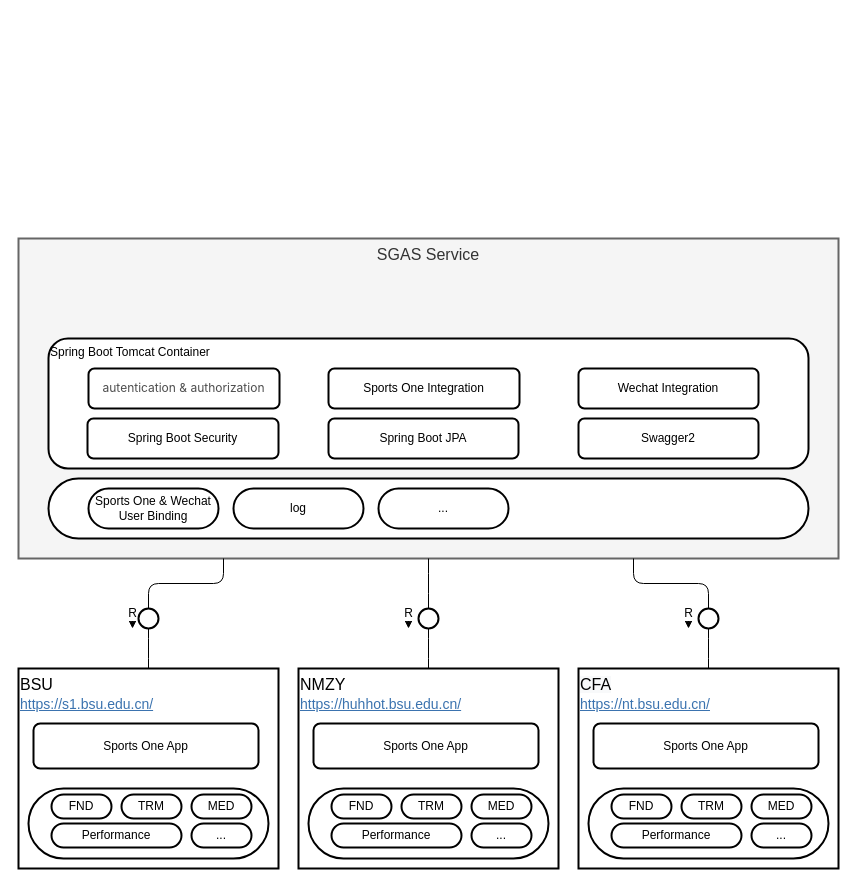
Earlier version of the draw.io diagram SportsOne/Wechat Integration.drawio (wosary1984/draw.io). Source tidied: cells renumbered, new cells numbered last; positions are measured from the earlier drawing's top-left corner, leaving out a move shared by most shapes. Both pictures are drawn from the tidied source at 100%, with x=0, y=0 at pixel (18, 238).
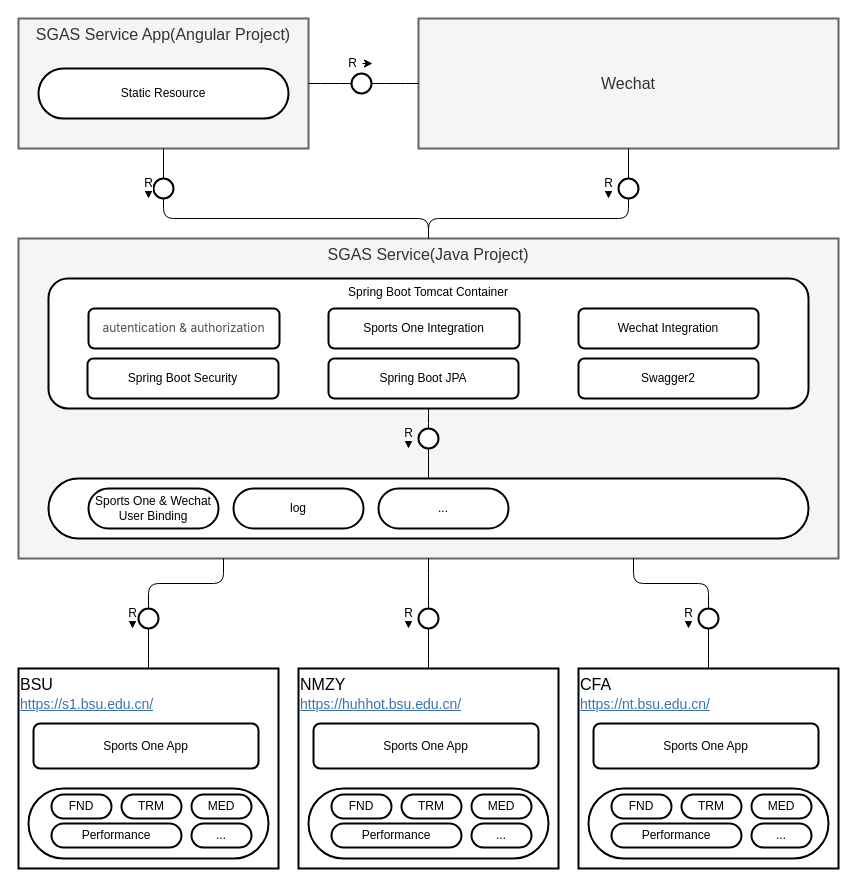
The same diagram, later.

The change refers to these unchanged cells:
```xml
<mxCell id="4" style="rounded=1;whiteSpace=wrap;html=1;strokeWidth=2;arcSize=50;fontSize=16;" parent="1" vertex="1">
  <mxGeometry x="30" y="240" width="760" height="60" as="geometry" />
</mxCell>
```

Change to the diagram source:
```diff
@@
-    <mxCell id="2" value="SGAS Service" style="rounded=1;whiteSpace=wrap;html=1;strokeWidth=2;fontSize=16;verticalAlign=top;arcSize=0;fillColor=#f5f5f5;strokeColor=#666666;fontColor=#333333;" parent="1" vertex="1">
+    <mxCell id="2" value="SGAS Service(Java Project)" style="rounded=1;whiteSpace=wrap;html=1;strokeWidth=2;fontSize=16;verticalAlign=top;arcSize=0;fillColor=#f5f5f5;strokeColor=#666666;fontColor=#333333;" parent="1" vertex="1">
       <mxGeometry width="820" height="320" as="geometry" />
     </mxCell>
-    <mxCell id="3" value="Spring Boot Tomcat Container" style="rounded=1;whiteSpace=wrap;html=1;strokeWidth=2;fontSize=12;verticalAlign=top;align=left;" parent="1" vertex="1">
-      <mxGeometry x="30" y="100" width="760" height="130" as="geometry" />
-    </mxCell>
@@
+    <mxCell id="56" style="group;" parent="1" vertex="1">
+      <mxGeometry x="30" y="70" width="760" height="140" as="geometry" />
+    </mxCell>
+    <mxCell id="57" style="group;" parent="56" vertex="1">
+      <mxGeometry y="-30" width="760" height="130" as="geometry" />
+    </mxCell>
+    <mxCell id="3" value="Spring Boot Tomcat Container" style="rounded=1;whiteSpace=wrap;html=1;strokeWidth=2;fontSize=12;verticalAlign=top;align=center;" parent="57" vertex="1">
+      <mxGeometry width="760" height="130" as="geometry" />
+    </mxCell>
-    <mxCell id="50" value="Spring Boot Security" style="rounded=1;whiteSpace=wrap;html=1;strokeWidth=2;fontSize=12;align=center;" parent="1" vertex="1">
-      <mxGeometry x="69" y="180" width="191" height="40" as="geometry" />
+    <mxCell id="50" value="Spring Boot Security" style="rounded=1;whiteSpace=wrap;html=1;strokeWidth=2;fontSize=12;align=center;" parent="57" vertex="1">
+      <mxGeometry x="39" y="80" width="191" height="40" as="geometry" />
     </mxCell>
-    <mxCell id="51" value="Spring Boot JPA" style="rounded=1;whiteSpace=wrap;html=1;strokeWidth=2;fontSize=12;align=center;" parent="1" vertex="1">
-      <mxGeometry x="310" y="180" width="190" height="40" as="geometry" />
+    <mxCell id="51" value="Spring Boot JPA" style="rounded=1;whiteSpace=wrap;html=1;strokeWidth=2;fontSize=12;align=center;" parent="57" vertex="1">
+      <mxGeometry x="280" y="80" width="190" height="40" as="geometry" />
     </mxCell>
-    <mxCell id="52" value="Sports One Integration" style="rounded=1;whiteSpace=wrap;html=1;strokeWidth=2;fontSize=12;align=center;" parent="1" vertex="1">
-      <mxGeometry x="310" y="130" width="191" height="40" as="geometry" />
+    <mxCell id="52" value="Sports One Integration" style="rounded=1;whiteSpace=wrap;html=1;strokeWidth=2;fontSize=12;align=center;" parent="57" vertex="1">
+      <mxGeometry x="280" y="30" width="191" height="40" as="geometry" />
     </mxCell>
-    <mxCell id="53" value="Swagger2" style="rounded=1;whiteSpace=wrap;html=1;strokeWidth=2;fontSize=12;align=center;" parent="1" vertex="1">
-      <mxGeometry x="560" y="180" width="180" height="40" as="geometry" />
+    <mxCell id="53" value="Swagger2" style="rounded=1;whiteSpace=wrap;html=1;strokeWidth=2;fontSize=12;align=center;" parent="57" vertex="1">
+      <mxGeometry x="530" y="80" width="180" height="40" as="geometry" />
     </mxCell>
-    <mxCell id="54" value="Wechat Integration" style="rounded=1;whiteSpace=wrap;html=1;strokeWidth=2;fontSize=12;align=center;" parent="1" vertex="1">
-      <mxGeometry x="560" y="130" width="180" height="40" as="geometry" />
+    <mxCell id="54" value="Wechat Integration" style="rounded=1;whiteSpace=wrap;html=1;strokeWidth=2;fontSize=12;align=center;" parent="57" vertex="1">
+      <mxGeometry x="530" y="30" width="180" height="40" as="geometry" />
     </mxCell>
-    <mxCell id="55" value="&lt;font style=&quot;font-size: 12px&quot;&gt;&lt;span style=&quot;color: rgb(77 , 77 , 77) ; font-family: &amp;#34;microsoft yahei&amp;#34; , &amp;#34;sf pro display&amp;#34; , &amp;#34;roboto&amp;#34; , &amp;#34;noto&amp;#34; , &amp;#34;arial&amp;#34; , &amp;#34;pingfang sc&amp;#34; , sans-serif ; background-color: rgb(255 , 255 , 255)&quot;&gt;autentication &amp;amp;&amp;nbsp;&lt;/span&gt;&lt;span style=&quot;color: rgb(77 , 77 , 77) ; font-family: &amp;#34;microsoft yahei&amp;#34; , &amp;#34;sf pro display&amp;#34; , &amp;#34;roboto&amp;#34; , &amp;#34;noto&amp;#34; , &amp;#34;arial&amp;#34; , &amp;#34;pingfang sc&amp;#34; , sans-serif ; background-color: rgb(255 , 255 , 255)&quot;&gt;authorization&lt;/span&gt;&lt;/font&gt;" style="rounded=1;whiteSpace=wrap;html=1;strokeWidth=2;fontSize=12;align=center;" parent="1" vertex="1">
-      <mxGeometry x="70" y="130" width="191" height="40" as="geometry" />
+    <mxCell id="55" value="&lt;font style=&quot;font-size: 12px&quot;&gt;&lt;span style=&quot;color: rgb(77 , 77 , 77) ; font-family: &amp;#34;microsoft yahei&amp;#34; , &amp;#34;sf pro display&amp;#34; , &amp;#34;roboto&amp;#34; , &amp;#34;noto&amp;#34; , &amp;#34;arial&amp;#34; , &amp;#34;pingfang sc&amp;#34; , sans-serif ; background-color: rgb(255 , 255 , 255)&quot;&gt;autentication &amp;amp;&amp;nbsp;&lt;/span&gt;&lt;span style=&quot;color: rgb(77 , 77 , 77) ; font-family: &amp;#34;microsoft yahei&amp;#34; , &amp;#34;sf pro display&amp;#34; , &amp;#34;roboto&amp;#34; , &amp;#34;noto&amp;#34; , &amp;#34;arial&amp;#34; , &amp;#34;pingfang sc&amp;#34; , sans-serif ; background-color: rgb(255 , 255 , 255)&quot;&gt;authorization&lt;/span&gt;&lt;/font&gt;" style="rounded=1;whiteSpace=wrap;html=1;strokeWidth=2;fontSize=12;align=center;" parent="57" vertex="1">
+      <mxGeometry x="40" y="30" width="191" height="40" as="geometry" />
     </mxCell>
+    <mxCell id="58" style="ellipse;whiteSpace=wrap;html=1;strokeWidth=2;fontSize=12;align=center;" parent="56" vertex="1">
+      <mxGeometry x="370" y="120" width="20" height="20" as="geometry" />
+    </mxCell>
+    <mxCell id="59" style="edgeStyle=elbowEdgeStyle;elbow=vertical;endArrow=none;html=1;endFill=0;fontSize=12;entryX=0.5;entryY=1;entryDx=0;entryDy=0;exitX=0.5;exitY=0;exitDx=0;exitDy=0;" parent="56" edge="1" source="58" target="3">
+      <mxGeometry relative="1" as="geometry" />
+    </mxCell>
+    <mxCell id="60" value="R" style="endArrow=classic;html=1;fontSize=12;" parent="56" edge="1">
+      <mxGeometry relative="1" as="geometry">
+        <mxPoint x="360" y="130" as="sourcePoint" />
+        <mxPoint x="360" y="140" as="targetPoint" />
+        <Array as="points">
+          <mxPoint x="360" y="120" />
+        </Array>
+      </mxGeometry>
+    </mxCell>
+    <mxCell id="61" style="edgeStyle=elbowEdgeStyle;elbow=vertical;endArrow=none;html=1;endFill=0;fontSize=12;entryX=0.5;entryY=1;entryDx=0;entryDy=0;" parent="1" edge="1" source="4" target="58">
+      <mxGeometry relative="1" as="geometry" />
+    </mxCell>
+    <mxCell id="62" value="SGAS Service App(Angular Project)" style="rounded=1;whiteSpace=wrap;html=1;strokeWidth=2;fontSize=16;verticalAlign=top;arcSize=0;fillColor=#f5f5f5;strokeColor=#666666;fontColor=#333333;" parent="1" vertex="1">
+      <mxGeometry y="-220" width="290" height="130" as="geometry" />
+    </mxCell>
+    <mxCell id="63" value="Static Resource" style="rounded=1;whiteSpace=wrap;html=1;strokeWidth=2;arcSize=50;fontSize=12;align=center;" parent="1" vertex="1">
+      <mxGeometry x="20" y="-170" width="250" height="50" as="geometry" />
+    </mxCell>
+    <mxCell id="64" value="Wechat" style="rounded=1;whiteSpace=wrap;html=1;strokeWidth=2;fontSize=16;verticalAlign=middle;arcSize=0;fillColor=#f5f5f5;strokeColor=#666666;fontColor=#333333;" parent="1" vertex="1">
+      <mxGeometry x="400" y="-220" width="420" height="130" as="geometry" />
+    </mxCell>
+    <mxCell id="65" style="ellipse;whiteSpace=wrap;html=1;strokeWidth=2;fontSize=12;align=center;" parent="1" vertex="1">
+      <mxGeometry x="333" y="-165" width="20" height="20" as="geometry" />
+    </mxCell>
+    <mxCell id="66" style="edgeStyle=elbowEdgeStyle;elbow=horizontal;endArrow=none;html=1;endFill=0;fontSize=12;entryX=0;entryY=0.5;entryDx=0;entryDy=0;exitX=1;exitY=0.5;exitDx=0;exitDy=0;" parent="1" edge="1" source="65" target="64">
+      <mxGeometry relative="1" as="geometry" />
+    </mxCell>
+    <mxCell id="67" style="edgeStyle=elbowEdgeStyle;elbow=horizontal;endArrow=none;html=1;endFill=0;fontSize=12;entryX=0;entryY=0.5;entryDx=0;entryDy=0;exitX=1;exitY=0.5;exitDx=0;exitDy=0;" parent="1" edge="1" source="62" target="65">
+      <mxGeometry relative="1" as="geometry" />
+    </mxCell>
+    <mxCell id="68" value="R" style="endArrow=classic;html=1;fontSize=12;" parent="1" edge="1">
+      <mxGeometry x="-1" y="-10" relative="1" as="geometry">
+        <mxPoint x="344" y="-175" as="sourcePoint" />
+        <mxPoint x="354" y="-175" as="targetPoint" />
+        <mxPoint x="-10" y="-10" as="offset" />
+      </mxGeometry>
+    </mxCell>
+    <mxCell id="69" style="ellipse;whiteSpace=wrap;html=1;strokeWidth=2;fontSize=12;align=center;" parent="1" vertex="1">
+      <mxGeometry x="135" y="-60" width="20" height="20" as="geometry" />
+    </mxCell>
+    <mxCell id="70" style="edgeStyle=elbowEdgeStyle;elbow=vertical;endArrow=none;html=1;endFill=0;fontSize=12;entryX=0.5;entryY=1;entryDx=0;entryDy=0;exitX=0.5;exitY=0;exitDx=0;exitDy=0;" parent="1" edge="1" source="2" target="69">
+      <mxGeometry relative="1" as="geometry" />
+    </mxCell>
+    <mxCell id="71" style="edgeStyle=elbowEdgeStyle;elbow=vertical;endArrow=none;html=1;endFill=0;fontSize=12;entryX=0.5;entryY=1;entryDx=0;entryDy=0;exitX=0.5;exitY=0;exitDx=0;exitDy=0;" parent="1" edge="1" source="69" target="62">
+      <mxGeometry relative="1" as="geometry" />
+    </mxCell>
+    <mxCell id="72" value="R" style="endArrow=classic;html=1;fontSize=12;" parent="1" edge="1">
+      <mxGeometry relative="1" as="geometry">
+        <mxPoint x="130" y="-50" as="sourcePoint" />
+        <mxPoint x="130" y="-40" as="targetPoint" />
+        <Array as="points">
+          <mxPoint x="130" y="-60" />
+        </Array>
+      </mxGeometry>
+    </mxCell>
+    <mxCell id="73" style="ellipse;whiteSpace=wrap;html=1;strokeWidth=2;fontSize=12;align=center;" parent="1" vertex="1">
+      <mxGeometry x="600" y="-60" width="20" height="20" as="geometry" />
+    </mxCell>
+    <mxCell id="74" style="edgeStyle=elbowEdgeStyle;elbow=vertical;endArrow=none;html=1;endFill=0;fontSize=12;entryX=0.5;entryY=1;entryDx=0;entryDy=0;exitX=0.5;exitY=0;exitDx=0;exitDy=0;" parent="1" edge="1" source="2" target="73">
+      <mxGeometry relative="1" as="geometry" />
+    </mxCell>
+    <mxCell id="75" style="edgeStyle=elbowEdgeStyle;elbow=vertical;endArrow=none;html=1;endFill=0;fontSize=12;entryX=0.5;entryY=1;entryDx=0;entryDy=0;exitX=0.5;exitY=0;exitDx=0;exitDy=0;" parent="1" edge="1" source="73" target="64">
+      <mxGeometry relative="1" as="geometry" />
+    </mxCell>
+    <mxCell id="76" value="R" style="endArrow=classic;html=1;fontSize=12;" parent="1" edge="1">
+      <mxGeometry relative="1" as="geometry">
+        <mxPoint x="590" y="-50" as="sourcePoint" />
+        <mxPoint x="590" y="-40" as="targetPoint" />
+        <Array as="points">
+          <mxPoint x="590" y="-60" />
+        </Array>
+      </mxGeometry>
+    </mxCell>
```
